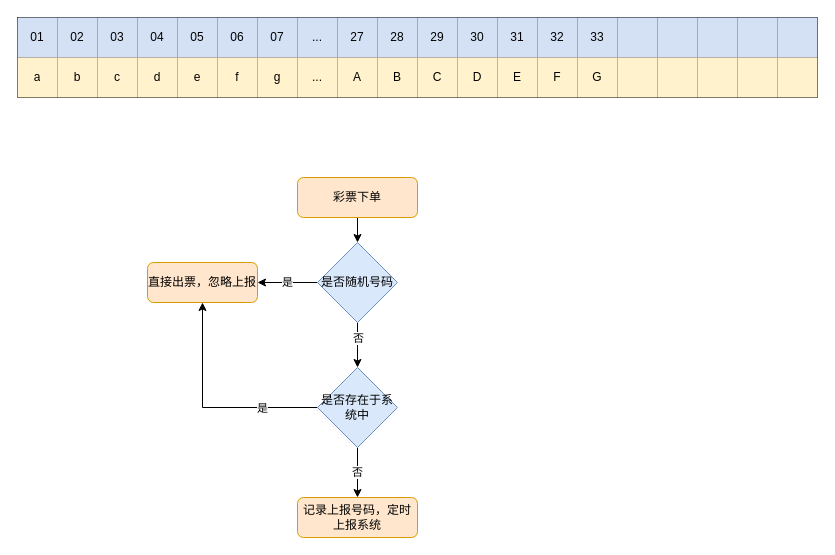
Earlier version of the draw.io diagram drawio/用JavaScript写一个彩票系统.drawio (TaroXin/blog). Source tidied: cells renumbered, new cells numbered last; positions are measured from the earlier drawing's top-left corner, leaving out a move shared by most shapes. Both pictures are drawn from the tidied source at 100%, with x=0, y=0 at pixel (17, 17).
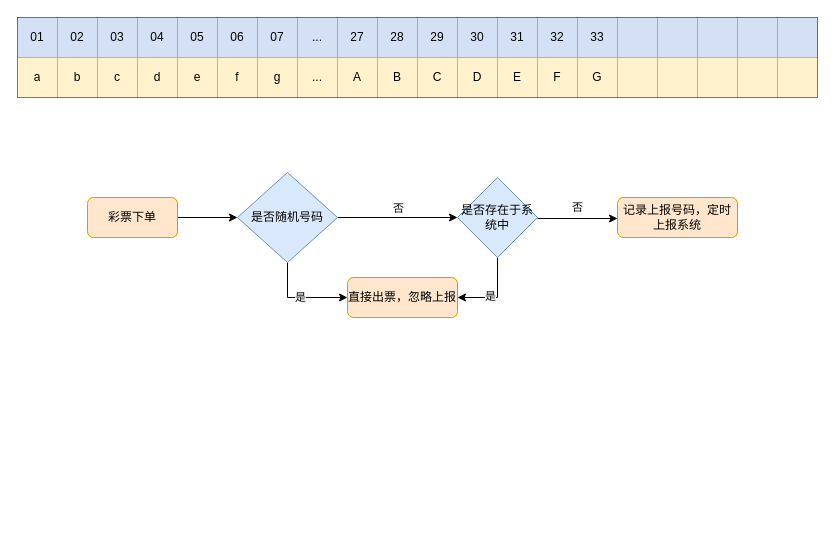
Above is the later version.

The change refers to these unchanged cells:
```xml
<mxCell id="53" style="edgeStyle=orthogonalEdgeStyle;rounded=0;jettySize=auto;html=1;" parent="1" edge="1" source="55" target="51">
  <mxGeometry relative="1" as="geometry" />
</mxCell>
```

What changed in the source:
```diff
@@
-    <mxCell id="45" style="edgeStyle=orthogonalEdgeStyle;rounded=0;jettySize=auto;html=1;" parent="1" edge="1" source="46">
-      <mxGeometry relative="1" as="geometry">
-        <mxPoint x="340" y="225" as="targetPoint" />
-      </mxGeometry>
-    </mxCell>
+    <mxCell id="57" style="edgeStyle=orthogonalEdgeStyle;rounded=0;jettySize=auto;html=1;" parent="1" edge="1" source="46" target="55">
+      <mxGeometry relative="1" as="geometry" />
+    </mxCell>
     <mxCell id="46" value="彩票下单" style="rounded=1;whiteSpace=wrap;html=1;fillColor=#ffe6cc;strokeColor=#d79b00;" parent="1" vertex="1">
-      <mxGeometry x="280" y="160" width="120" height="40" as="geometry" />
+      <mxGeometry x="70" y="180" width="90" height="40" as="geometry" />
     </mxCell>
     <mxCell id="47" value="直接出票，忽略上报" style="whiteSpace=wrap;html=1;rounded=1;fillColor=#ffe6cc;strokeColor=#d79b00;" parent="1" vertex="1">
-      <mxGeometry x="130" y="245" width="110" height="40" as="geometry" />
+      <mxGeometry x="330" y="260" width="110" height="40" as="geometry" />
     </mxCell>
+    <mxCell id="50" value="否" style="edgeStyle=orthogonalEdgeStyle;rounded=0;orthogonalLoop=1;jettySize=auto;html=1;" parent="1" edge="1">
+      <mxGeometry y="11" relative="1" as="geometry">
+        <mxPoint x="520" y="201" as="sourcePoint" />
+        <mxPoint x="600" y="201" as="targetPoint" />
+      </mxGeometry>
+    </mxCell>
-    <mxCell id="48" style="edgeStyle=orthogonalEdgeStyle;rounded=0;jettySize=auto;html=1;entryX=0.5;entryY=1;entryDx=0;entryDy=0;" parent="1" edge="1" source="51" target="47">
+    <mxCell id="48" style="edgeStyle=orthogonalEdgeStyle;rounded=0;jettySize=auto;html=1;entryX=1;entryY=0.5;entryDx=0;entryDy=0;" parent="1" edge="1" source="51" target="47">
       <mxGeometry relative="1" as="geometry" />
     </mxCell>
     <mxCell id="49" value="是" style="edgeLabel;html=1;align=center;verticalAlign=middle;" parent="48" vertex="1">
-      <mxGeometry x="-0.49" relative="1" as="geometry" />
+      <mxGeometry x="0.21" y="-2" relative="1" as="geometry" />
     </mxCell>
-    <mxCell id="50" value="否" style="edgeStyle=orthogonalEdgeStyle;rounded=0;jettySize=auto;html=1;" parent="1" edge="1" source="51" target="56">
-      <mxGeometry relative="1" as="geometry" />
-    </mxCell>
     <mxCell id="51" value="是否存在于系统中" style="rhombus;whiteSpace=wrap;html=1;fillColor=#dae8fc;strokeColor=#6c8ebf;" parent="1" vertex="1">
-      <mxGeometry x="300" y="350" width="80" height="80" as="geometry" />
+      <mxGeometry x="440" y="160" width="80" height="80" as="geometry" />
     </mxCell>
     <mxCell id="52" value="是" style="edgeStyle=orthogonalEdgeStyle;rounded=0;jettySize=auto;html=1;" parent="1" edge="1" source="55" target="47">
-      <mxGeometry relative="1" as="geometry" />
+      <mxGeometry relative="1" as="geometry">
+        <Array as="points">
+          <mxPoint x="270" y="280" />
+        </Array>
+      </mxGeometry>
     </mxCell>
@@
     <mxCell id="54" value="否" style="edgeLabel;html=1;align=center;verticalAlign=middle;" parent="53" vertex="1">
       <mxGeometry x="0.35" y="-1" relative="1" as="geometry">
-        <mxPoint x="1" y="-15" as="offset" />
+        <mxPoint x="-21" y="-11" as="offset" />
       </mxGeometry>
     </mxCell>
     <mxCell id="55" value="是否随机号码" style="rhombus;whiteSpace=wrap;html=1;fillColor=#dae8fc;strokeColor=#6c8ebf;" parent="1" vertex="1">
-      <mxGeometry x="300" y="225" width="80" height="80" as="geometry" />
+      <mxGeometry x="220" y="155" width="100" height="90" as="geometry" />
     </mxCell>
     <mxCell id="56" value="记录上报号码，定时上报系统" style="whiteSpace=wrap;html=1;rounded=1;fillColor=#ffe6cc;strokeColor=#d79b00;" parent="1" vertex="1">
-      <mxGeometry x="280" y="480" width="120" height="40" as="geometry" />
+      <mxGeometry x="600" y="180" width="120" height="40" as="geometry" />
     </mxCell>
```
